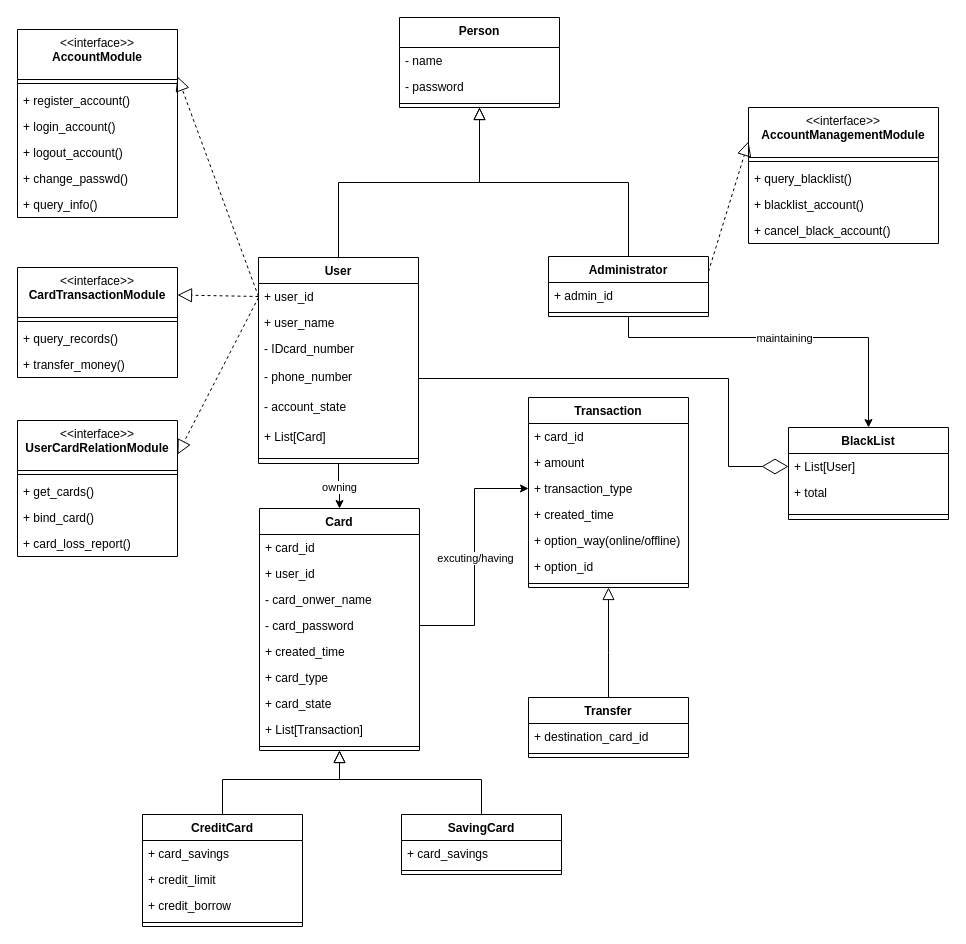
Before: .drawio in LeChatelier-Lenz/Impel-Down, a draw.io diagram. Source tidied: cells renumbered, new cells numbered last; positions are measured from the earlier drawing's top-left corner, leaving out a move shared by most shapes. Both pictures are drawn from the tidied source at 100%, with x=0, y=0 at pixel (17, 17).
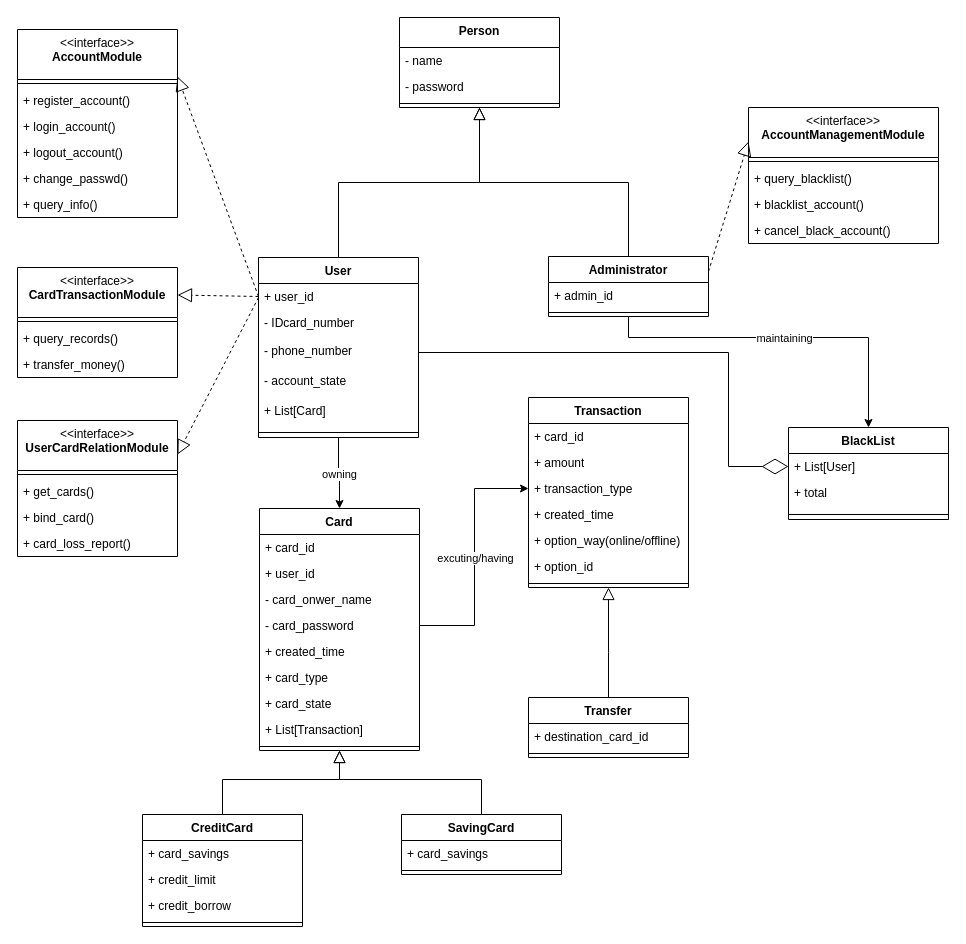
After the change.

The edit, as a diff of the source:
```diff
@@
     <mxCell id="6" value="User" style="swimlane;fontStyle=1;align=center;verticalAlign=top;horizontal=1;startSize=26;rounded=0;shadow=0;strokeWidth=1;" parent="1" vertex="1">
-      <mxGeometry x="241" y="240" width="160" height="206" as="geometry" />
+      <mxGeometry x="241" y="240" width="160" height="180" as="geometry" />
     </mxCell>
@@
-    <mxCell id="8" value="+ user_name" style="text;align=left;verticalAlign=top;spacingLeft=4;spacingRight=4;overflow=hidden;" parent="6" vertex="1">
-      <mxGeometry y="52" width="160" height="26" as="geometry" />
-    </mxCell>
     <mxCell id="9" value="- IDcard_number&#10;" style="text;align=left;verticalAlign=top;spacingLeft=4;spacingRight=4;overflow=hidden;rounded=0;shadow=0;html=0;" parent="6" vertex="1">
-      <mxGeometry y="78" width="160" height="28" as="geometry" />
+      <mxGeometry y="52" width="160" height="28" as="geometry" />
     </mxCell>
     <mxCell id="10" value="- phone_number&#10;" style="text;align=left;verticalAlign=top;spacingLeft=4;spacingRight=4;overflow=hidden;points=[[0,0.5],[1,0.5]];portConstraint=eastwest;rounded=0;shadow=0;html=0;" parent="6" vertex="1">
-      <mxGeometry y="106" width="160" height="30" as="geometry" />
+      <mxGeometry y="80" width="160" height="30" as="geometry" />
     </mxCell>
     <mxCell id="11" value="- account_state&#10;" style="text;align=left;verticalAlign=top;spacingLeft=4;spacingRight=4;overflow=hidden;rounded=0;shadow=0;html=0;" parent="6" vertex="1">
-      <mxGeometry y="136" width="160" height="30" as="geometry" />
+      <mxGeometry y="110" width="160" height="30" as="geometry" />
     </mxCell>
     <mxCell id="12" value="+ List[Card]&#10;" style="text;align=left;verticalAlign=top;spacingLeft=4;spacingRight=4;overflow=hidden;rounded=0;shadow=0;html=0;" parent="6" vertex="1">
-      <mxGeometry y="166" width="160" height="30" as="geometry" />
+      <mxGeometry y="140" width="160" height="30" as="geometry" />
     </mxCell>
     <mxCell id="13" style="line;html=1;strokeWidth=1;align=left;verticalAlign=middle;spacingTop=-1;spacingLeft=3;spacingRight=3;labelPosition=right;" parent="6" vertex="1">
-      <mxGeometry y="196" width="160" height="10" as="geometry" />
+      <mxGeometry y="170" width="160" height="10" as="geometry" />
     </mxCell>
```
